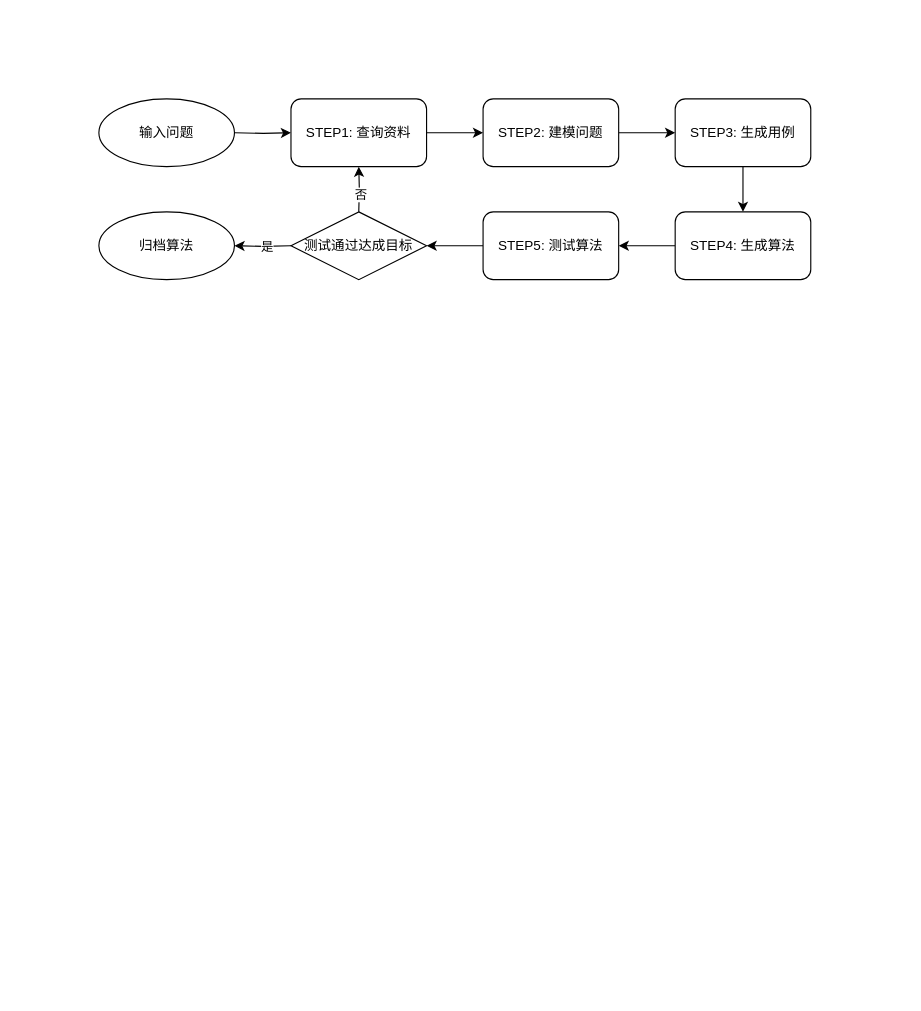
Earlier version of the draw.io diagram page "算法自演进平台" (4 of 4) of oecs/oecs.drawio (Mappy007/draw-repo). Source tidied: cells renumbered, new cells numbered last; positions are measured from the earlier drawing's top-left corner, leaving out a move shared by most shapes. Both pictures are drawn from the tidied source at 113%, with x=0, y=0 at pixel (98, 98).
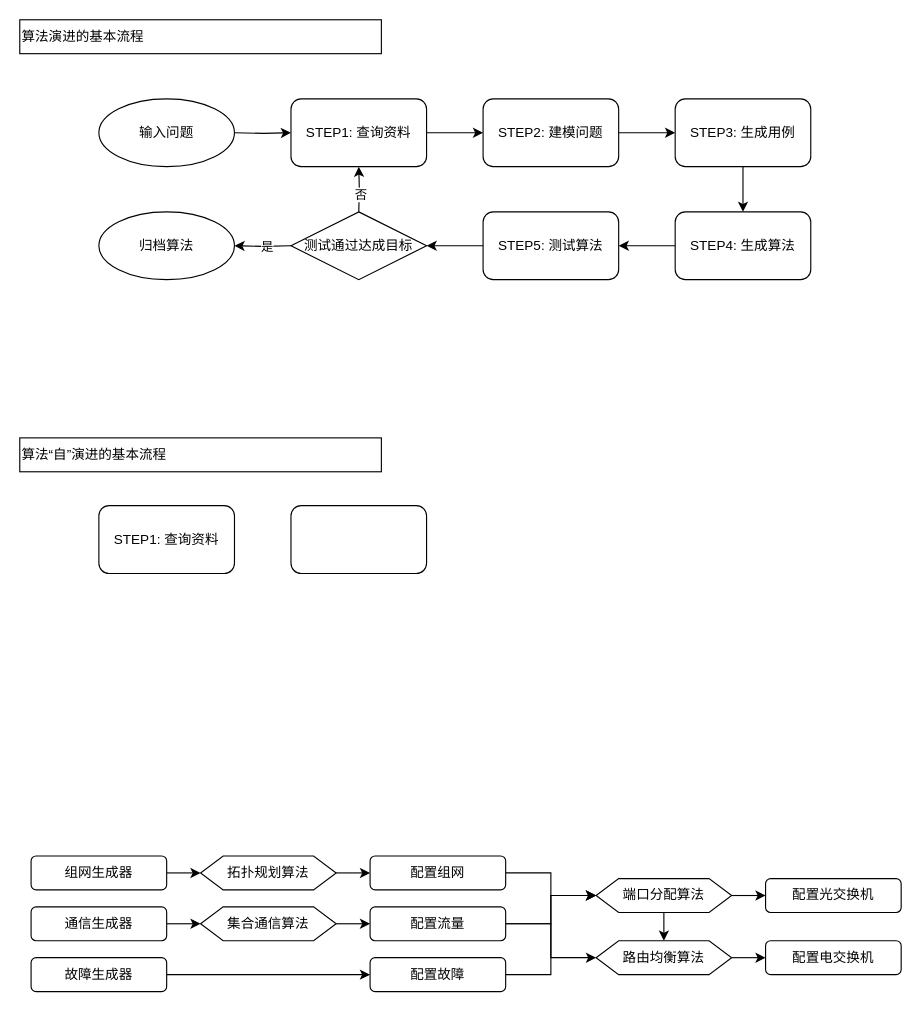
The same diagram, later.

What changed in the source:
```diff
@@
+    <mxCell id="20" style="edgeStyle=orthogonalEdgeStyle;rounded=0;jettySize=auto;html=1;exitX=1;exitY=0.5;exitDx=0;exitDy=0;entryX=0;entryY=0.5;entryDx=0;entryDy=0;" parent="1" edge="1" source="21" target="27">
+      <mxGeometry relative="1" as="geometry" />
+    </mxCell>
+    <mxCell id="21" value="组网生成器" style="rounded=1;whiteSpace=wrap;html=1;" parent="1" vertex="1">
+      <mxGeometry x="-60" y="670" width="120" height="30" as="geometry" />
+    </mxCell>
+    <mxCell id="22" style="edgeStyle=orthogonalEdgeStyle;rounded=0;jettySize=auto;html=1;exitX=1;exitY=0.5;exitDx=0;exitDy=0;entryX=0;entryY=0.5;entryDx=0;entryDy=0;" parent="1" edge="1" source="23" target="34">
+      <mxGeometry relative="1" as="geometry" />
+    </mxCell>
+    <mxCell id="23" value="通信生成器" style="rounded=1;whiteSpace=wrap;html=1;" parent="1" vertex="1">
+      <mxGeometry x="-60" y="715" width="120" height="30" as="geometry" />
+    </mxCell>
+    <mxCell id="24" style="edgeStyle=orthogonalEdgeStyle;rounded=0;jettySize=auto;html=1;exitX=1;exitY=0.5;exitDx=0;exitDy=0;" parent="1" edge="1" source="25" target="36">
+      <mxGeometry relative="1" as="geometry" />
+    </mxCell>
+    <mxCell id="25" value="故障生成器" style="rounded=1;whiteSpace=wrap;html=1;" parent="1" vertex="1">
+      <mxGeometry x="-60" y="760" width="120" height="30" as="geometry" />
+    </mxCell>
+    <mxCell id="26" style="edgeStyle=orthogonalEdgeStyle;rounded=0;jettySize=auto;html=1;exitX=1;exitY=0.5;exitDx=0;exitDy=0;entryX=0;entryY=0.5;entryDx=0;entryDy=0;" parent="1" edge="1" source="27" target="29">
+      <mxGeometry relative="1" as="geometry" />
+    </mxCell>
+    <mxCell id="27" value="拓扑规划算法" style="shape=hexagon;perimeter=hexagonPerimeter2;whiteSpace=wrap;html=1;shapeInside=1;fixedSize=1;" parent="1" vertex="1">
+      <mxGeometry x="90" y="670" width="120" height="30" as="geometry" />
+    </mxCell>
+    <mxCell id="28" style="edgeStyle=orthogonalEdgeStyle;rounded=0;jettySize=auto;html=1;exitX=1;exitY=0.5;exitDx=0;exitDy=0;entryX=0;entryY=0.5;entryDx=0;entryDy=0;" parent="1" edge="1" source="29" target="39">
+      <mxGeometry relative="1" as="geometry" />
+    </mxCell>
+    <mxCell id="29" value="配置组网" style="rounded=1;whiteSpace=wrap;html=1;" parent="1" vertex="1">
+      <mxGeometry x="240" y="670" width="120" height="30" as="geometry" />
+    </mxCell>
+    <mxCell id="30" style="edgeStyle=orthogonalEdgeStyle;rounded=0;jettySize=auto;html=1;exitX=1;exitY=0.5;exitDx=0;exitDy=0;entryX=0;entryY=0.5;entryDx=0;entryDy=0;" parent="1" edge="1" source="32" target="39">
+      <mxGeometry relative="1" as="geometry" />
+    </mxCell>
+    <mxCell id="31" style="edgeStyle=orthogonalEdgeStyle;rounded=0;jettySize=auto;html=1;exitX=1;exitY=0.5;exitDx=0;exitDy=0;entryX=0;entryY=0.5;entryDx=0;entryDy=0;" parent="1" edge="1" source="32" target="41">
+      <mxGeometry relative="1" as="geometry" />
+    </mxCell>
+    <mxCell id="32" value="配置流量" style="rounded=1;whiteSpace=wrap;html=1;" parent="1" vertex="1">
+      <mxGeometry x="240" y="715" width="120" height="30" as="geometry" />
+    </mxCell>
+    <mxCell id="33" style="edgeStyle=orthogonalEdgeStyle;rounded=0;jettySize=auto;html=1;exitX=1;exitY=0.5;exitDx=0;exitDy=0;entryX=0;entryY=0.5;entryDx=0;entryDy=0;" parent="1" edge="1" source="34" target="32">
+      <mxGeometry relative="1" as="geometry" />
+    </mxCell>
+    <mxCell id="34" value="集合通信算法" style="shape=hexagon;perimeter=hexagonPerimeter2;whiteSpace=wrap;html=1;shapeInside=1;fixedSize=1;" parent="1" vertex="1">
+      <mxGeometry x="90" y="715" width="120" height="30" as="geometry" />
+    </mxCell>
+    <mxCell id="35" style="edgeStyle=orthogonalEdgeStyle;rounded=0;jettySize=auto;html=1;exitX=1;exitY=0.5;exitDx=0;exitDy=0;entryX=0;entryY=0.5;entryDx=0;entryDy=0;" parent="1" edge="1" source="36" target="39">
+      <mxGeometry relative="1" as="geometry" />
+    </mxCell>
+    <mxCell id="36" value="配置故障" style="rounded=1;whiteSpace=wrap;html=1;" parent="1" vertex="1">
+      <mxGeometry x="240" y="760" width="120" height="30" as="geometry" />
+    </mxCell>
+    <mxCell id="37" style="edgeStyle=orthogonalEdgeStyle;rounded=0;jettySize=auto;html=1;exitX=0.5;exitY=1;exitDx=0;exitDy=0;entryX=0.5;entryY=0;entryDx=0;entryDy=0;" parent="1" edge="1" source="39" target="41">
+      <mxGeometry relative="1" as="geometry" />
+    </mxCell>
+    <mxCell id="38" style="edgeStyle=orthogonalEdgeStyle;rounded=0;jettySize=auto;html=1;exitX=1;exitY=0.5;exitDx=0;exitDy=0;entryX=0;entryY=0.5;entryDx=0;entryDy=0;" parent="1" edge="1" source="39" target="42">
+      <mxGeometry relative="1" as="geometry" />
+    </mxCell>
+    <mxCell id="39" value="端口分配算法" style="shape=hexagon;perimeter=hexagonPerimeter2;whiteSpace=wrap;html=1;shapeInside=1;fixedSize=1;" parent="1" vertex="1">
+      <mxGeometry x="440" y="690" width="120" height="30" as="geometry" />
+    </mxCell>
+    <mxCell id="40" style="edgeStyle=orthogonalEdgeStyle;rounded=0;jettySize=auto;html=1;exitX=1;exitY=0.5;exitDx=0;exitDy=0;entryX=0;entryY=0.5;entryDx=0;entryDy=0;" parent="1" edge="1" source="41" target="43">
+      <mxGeometry relative="1" as="geometry" />
+    </mxCell>
+    <mxCell id="41" value="路由均衡算法" style="shape=hexagon;perimeter=hexagonPerimeter2;whiteSpace=wrap;html=1;shapeInside=1;fixedSize=1;" parent="1" vertex="1">
+      <mxGeometry x="440" y="745" width="120" height="30" as="geometry" />
+    </mxCell>
+    <mxCell id="42" value="配置光交换机" style="rounded=1;whiteSpace=wrap;html=1;" parent="1" vertex="1">
+      <mxGeometry x="590" y="690" width="120" height="30" as="geometry" />
+    </mxCell>
+    <mxCell id="43" value="配置电交换机" style="rounded=1;whiteSpace=wrap;html=1;" parent="1" vertex="1">
+      <mxGeometry x="590" y="745" width="120" height="30" as="geometry" />
+    </mxCell>
+    <mxCell id="44" value="算法演进的基本流程" style="rounded=0;whiteSpace=wrap;html=1;align=left;" parent="1" vertex="1">
+      <mxGeometry x="-70" y="-70" width="320" height="30" as="geometry" />
+    </mxCell>
+    <mxCell id="45" value="算法“自”演进的基本流程" style="rounded=0;whiteSpace=wrap;html=1;align=left;" parent="1" vertex="1">
+      <mxGeometry x="-70" y="300" width="320" height="30" as="geometry" />
+    </mxCell>
+    <mxCell id="46" value="STEP1:&amp;nbsp;查询资料" style="rounded=1;whiteSpace=wrap;html=1;" parent="1" vertex="1">
+      <mxGeometry y="360" width="120" height="60" as="geometry" />
+    </mxCell>
+    <mxCell id="47" style="rounded=1;whiteSpace=wrap;html=1;" parent="1" vertex="1">
+      <mxGeometry x="170" y="360" width="120" height="60" as="geometry" />
+    </mxCell>
```
